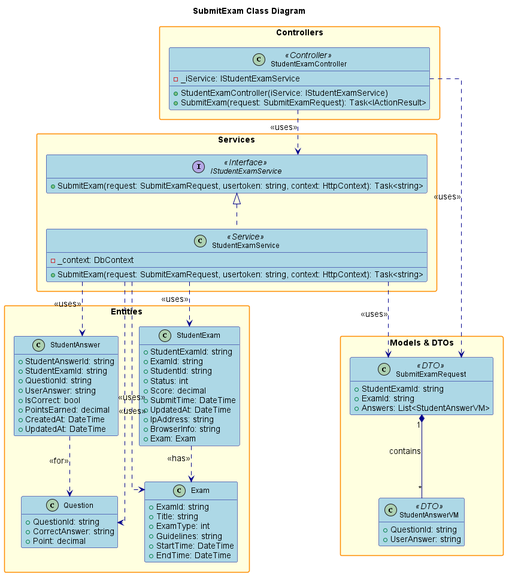
Before: design/out/submitexam/submitexam.png, a diagram exported from PlantUML (conghoan1211/AI-Kiosk-Testing-system).
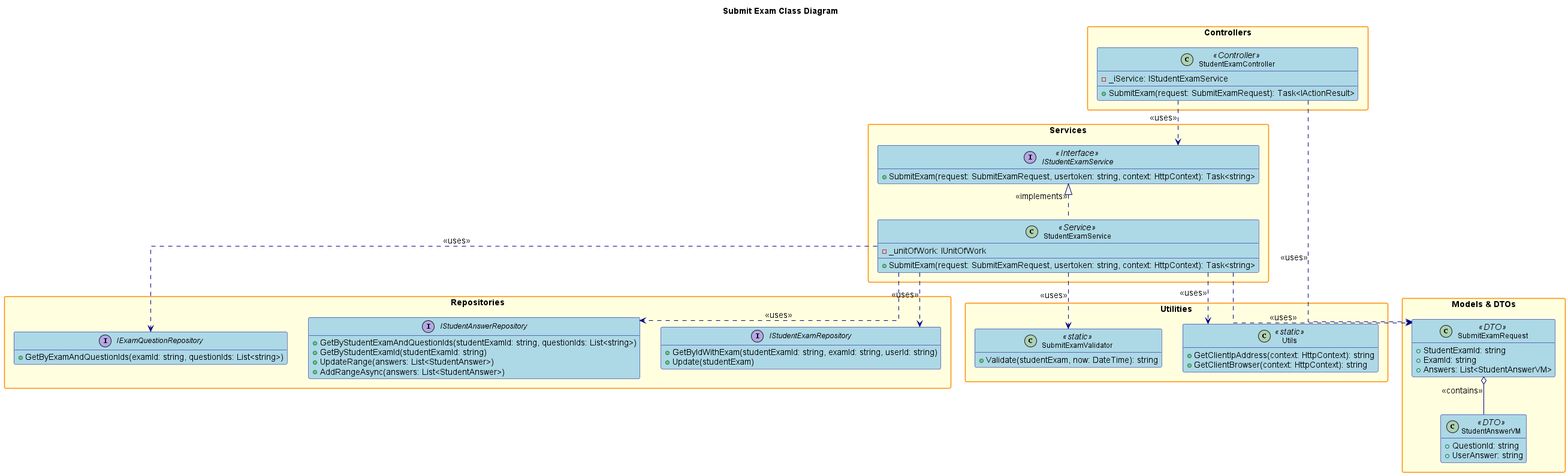
Later version of the same file.

What changed in the source:
```diff
@@ -1,6 +1,4 @@
 @startuml
-
-title SubmitExam Class Diagram
 
 hide empty members
 skinparam packageStyle rectangle
@@ -25,17 +23,17 @@
     FontSize 14
     FontStyle bold
 }
-
 skinparam interface {
     BackgroundColor LightGreen
     BorderColor DarkGreen
     FontSize 12
 }
 
+title Submit Exam Class Diagram
+
 package "Controllers" {
     class StudentExamController <<Controller>> {
         - _iService: IStudentExamService
-        + StudentExamController(iService: IStudentExamService)
         + SubmitExam(request: SubmitExamRequest): Task<IActionResult>
     }
 }
@@ -45,8 +43,24 @@
         + SubmitExam(request: SubmitExamRequest, usertoken: string, context: HttpContext): Task<string>
     }
     class StudentExamService <<Service>> {
-        - _context: DbContext
+        - _unitOfWork: IUnitOfWork
         + SubmitExam(request: SubmitExamRequest, usertoken: string, context: HttpContext): Task<string>
+    }
+}
+
+package "Repositories" {
+    interface IStudentExamRepository {
+        + GetByIdWithExam(studentExamId: string, examId: string, userId: string)
+        + Update(studentExam)
+    }
+    interface IStudentAnswerRepository {
+        + GetByStudentExamAndQuestionIds(studentExamId: string, questionIds: List<string>)
+        + GetByStudentExamId(studentExamId: string)
+        + UpdateRange(answers: List<StudentAnswer>)
+        + AddRangeAsync(answers: List<StudentAnswer>)
+    }
+    interface IExamQuestionRepository {
+        + GetByExamAndQuestionIds(examId: string, questionIds: List<string>)
     }
 }
 
@@ -62,54 +76,25 @@
     }
 }
 
-package "Entities" {
-    class StudentExam {
-        + StudentExamId: string
-        + ExamId: string
-        + StudentId: string
-        + Status: int
-        + Score: decimal
-        + SubmitTime: DateTime
-        + UpdatedAt: DateTime
-        + IpAddress: string
-        + BrowserInfo: string
-        + Exam: Exam
+package "Utilities" {
+    class Utils <<static>> {
+        + GetClientIpAddress(context: HttpContext): string
+        + GetClientBrowser(context: HttpContext): string
     }
-    class StudentAnswer {
-        + StudentAnswerId: string
-        + StudentExamId: string
-        + QuestionId: string
-        + UserAnswer: string
-        + IsCorrect: bool
-        + PointsEarned: decimal
-        + CreatedAt: DateTime
-        + UpdatedAt: DateTime
-    }
-    class Question {
-        + QuestionId: string
-        + CorrectAnswer: string
-        + Point: decimal
-    }
-    class Exam {
-        + ExamId: string
-        + Title: string
-        + ExamType: int
-        + Guidelines: string
-        + StartTime: DateTime
-        + EndTime: DateTime
+    class SubmitExamValidator <<static>> {
+        + Validate(studentExam, now: DateTime): string
     }
 }
 
 StudentExamController ..> IStudentExamService : <<uses>>
 StudentExamController ..> SubmitExamRequest : <<uses>>
-IStudentExamService <|.. StudentExamService
+IStudentExamService <|.. StudentExamService : <<implements>>
 StudentExamService ..> SubmitExamRequest : <<uses>>
-StudentExamService ..> StudentExam : <<uses>>
-StudentExamService ..> StudentAnswer : <<uses>>
-StudentExamService ..> Question : <<uses>>
-StudentExamService ..> Exam : <<uses>>
-SubmitExamRequest "1" *-- "*" StudentAnswerVM : contains
-StudentExam ..> Exam : <<has>>
-StudentAnswer ..> Question : <<for>>
+StudentExamService ..> IStudentExamRepository : <<uses>>
+StudentExamService ..> IStudentAnswerRepository : <<uses>>
+StudentExamService ..> IExamQuestionRepository : <<uses>>
+StudentExamService ..> Utils : <<uses>>
+StudentExamService ..> SubmitExamValidator : <<uses>>
+SubmitExamRequest o-- StudentAnswerVM : <<contains>>
 
 @enduml
```
